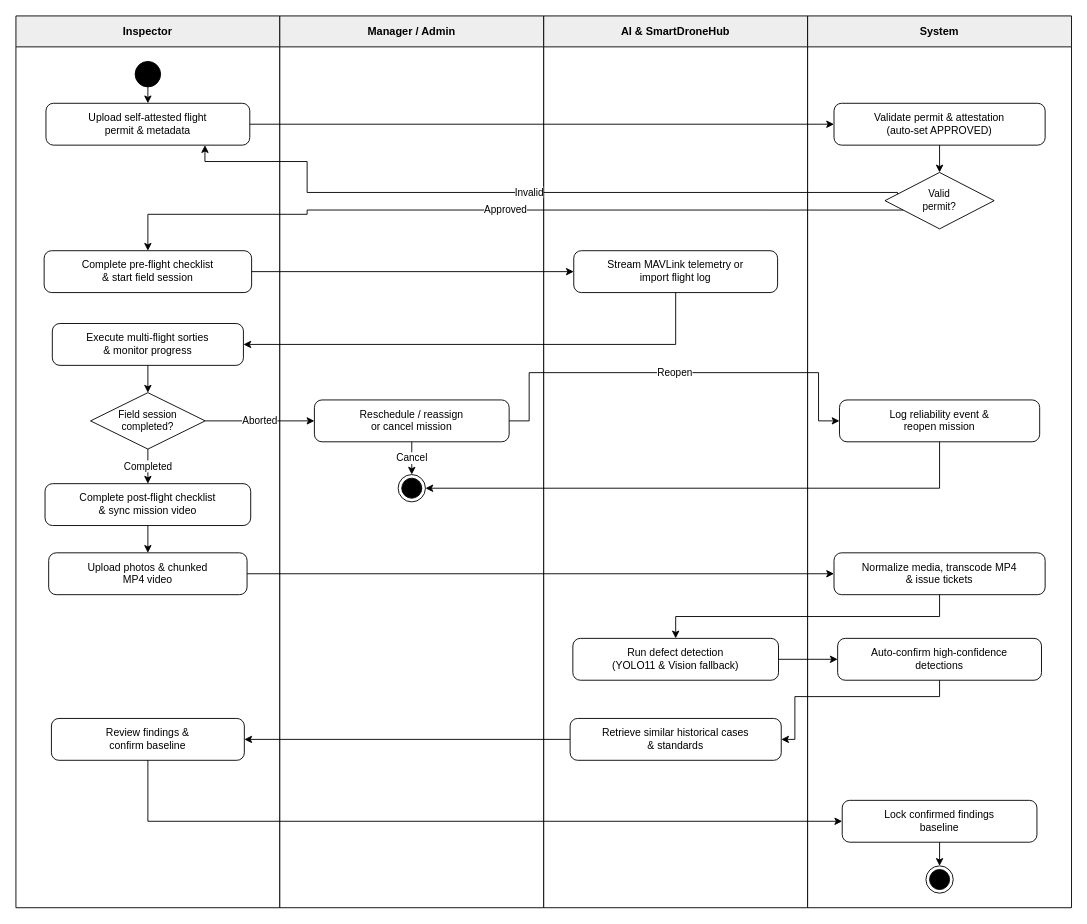
Earlier version of the draw.io diagram page "MF3 - Permit, Field & AI" (4 of 5) of diagrams/smartdrone-activity-diagrams.drawio (tungbach12/SmartDroneInspection-Docs). Source tidied: cells renumbered, new cells numbered last; positions are measured from the earlier drawing's top-left corner, leaving out a move shared by most shapes. Both pictures are drawn from the tidied source at 91%, with x=0, y=0 at pixel (15, 15).
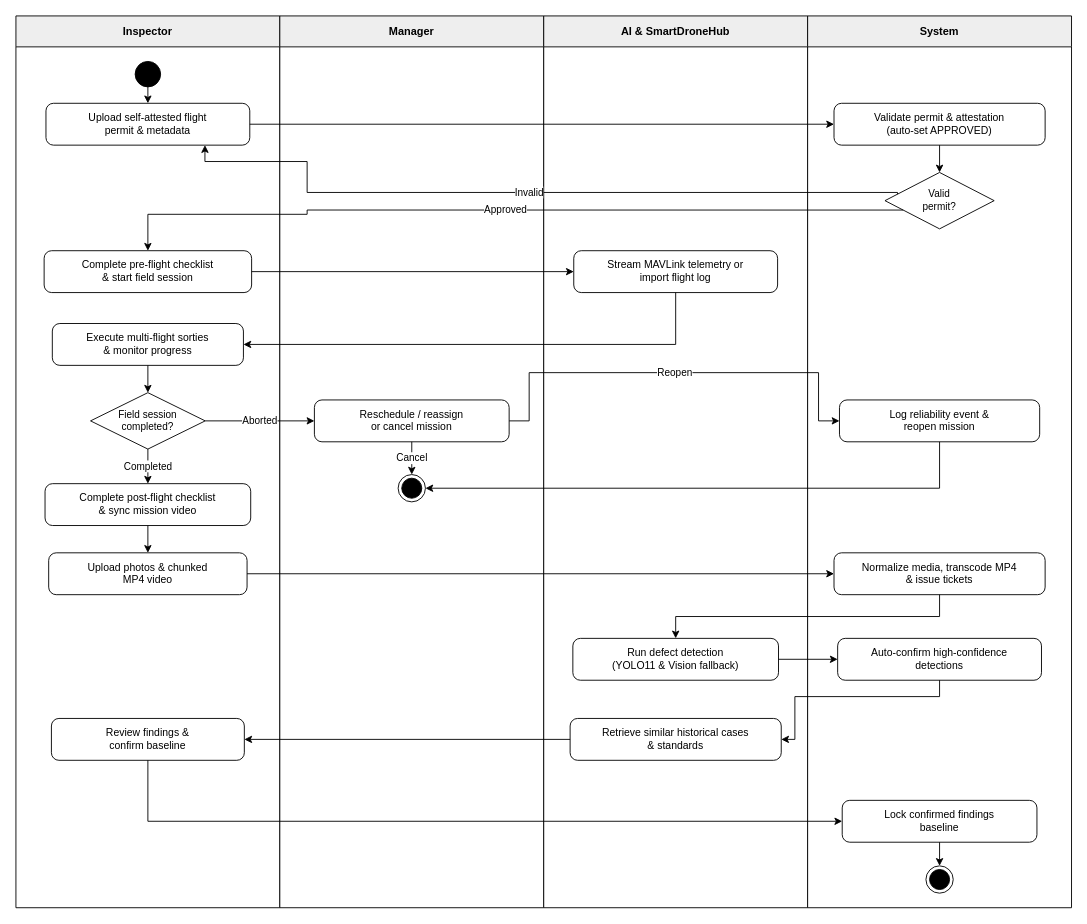
The same diagram, later.

Change to the diagram source:
```diff
@@
-    <mxCell id="3" value="Manager / Admin" style="swimlane;whiteSpace=wrap;html=1;startSize=34;fillColor=#EEEEEE;swimlaneFillColor=#FFFFFF;strokeColor=#000000;strokeWidth=1;fontColor=#000000;fontStyle=1;fontSize=12;fontFamily=Helvetica;" parent="1" vertex="1">
+    <mxCell id="3" value="Manager" style="swimlane;whiteSpace=wrap;html=1;startSize=34;fillColor=#EEEEEE;swimlaneFillColor=#FFFFFF;strokeColor=#000000;strokeWidth=1;fontColor=#000000;fontStyle=1;fontSize=12;fontFamily=Helvetica;" parent="1" vertex="1">
       <mxGeometry x="290" width="290" height="980" as="geometry" />
     </mxCell>
```
